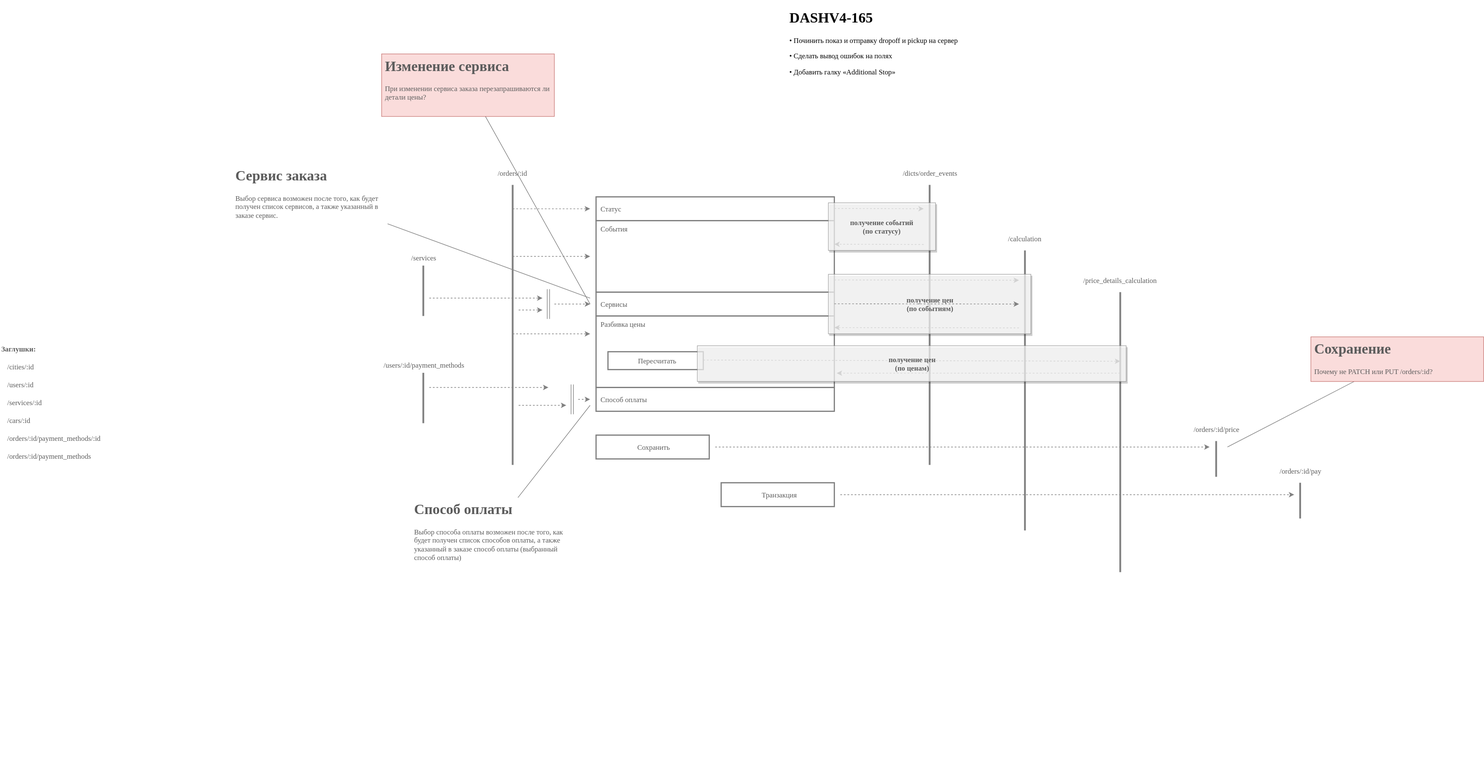
The draw.io diagram calc.svg in ajile/draw-io, before a commit. Source tidied: cells renumbered, new cells last; positions are measured from the earlier drawing's top-left corner, leaving out a move shared by most shapes.
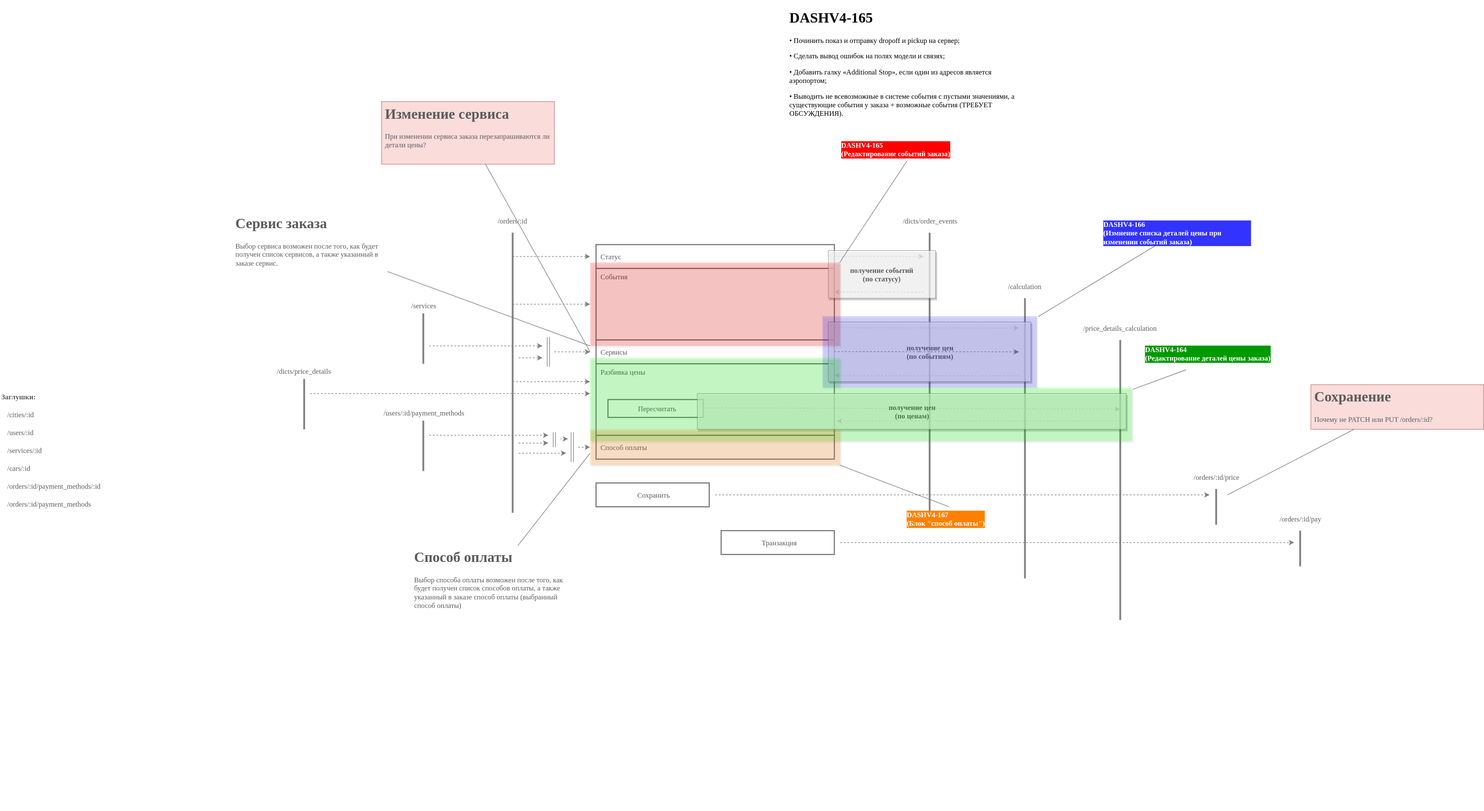
Above is the later version.

Diff of the diagram source:
```diff
@@ -301,8 +301,8 @@
     <mxCell id="71" value="&lt;div&gt;получение цен&lt;/div&gt;&lt;div&gt;(по ценам)&lt;/div&gt;" style="rounded=0;whiteSpace=wrap;html=1;shadow=1;strokeColor=#808080;strokeWidth=1;fillColor=#ffffff;gradientColor=none;fontFamily=Verdana;fontSize=12;fontColor=#5C5C5C;align=center;opacity=70;fontStyle=1;" parent="1" vertex="1">
       <mxGeometry x="1170" y="570" width="720" height="60" as="geometry" />
     </mxCell>
-    <mxCell id="72" value="&lt;h1&gt;DASHV4-165&lt;/h1&gt;&lt;p&gt;• Починить показ и отправку dropoff и pickup на сервер&lt;/p&gt;&lt;p&gt;• Сделать вывод ошибок на полях&lt;/p&gt;&lt;p&gt;• Добавить галку «Additional Stop»&lt;/p&gt;" style="text;html=1;strokeColor=none;fillColor=none;spacing=5;spacingTop=-20;whiteSpace=wrap;overflow=hidden;rounded=0;shadow=1;labelBackgroundColor=none;fontFamily=Verdana;fontColor=#000000;opacity=70;align=left;" parent="1" vertex="1">
-      <mxGeometry x="1320" width="410" height="160" as="geometry" />
+    <mxCell id="72" value="&lt;h1&gt;DASHV4-165&lt;/h1&gt;&lt;p&gt;• Починить показ и отправку dropoff и pickup на сервер;&lt;/p&gt;&lt;p&gt;• Сделать вывод ошибок на полях модели и связях;&lt;/p&gt;• Добавить галку «Additional Stop», если один из адресов является аэропортом;&lt;p&gt;• Выводить не всевозможные в системе события с пустыми значениями, а существующие события у заказа + возможные события (ТРЕБУЕТ ОБСУЖДЕНИЯ).&lt;br&gt;&lt;/p&gt;" style="text;html=1;strokeColor=none;fillColor=none;spacing=5;spacingTop=-20;whiteSpace=wrap;overflow=hidden;rounded=0;shadow=1;labelBackgroundColor=none;fontFamily=Verdana;fontColor=#000000;opacity=70;align=left;" parent="1" vertex="1">
+      <mxGeometry x="1320" y="-80" width="410" height="190" as="geometry" />
     </mxCell>
     <mxCell id="73" style="endArrow=classic;html=1;labelBackgroundColor=none;strokeColor=#808080;strokeWidth=1;fontFamily=Verdana;fontSize=12;fontColor=#5C5C5C;dashed=1;" parent="1" edge="1">
       <mxGeometry relative="1" as="geometry">
@@ -310,5 +310,88 @@
         <mxPoint x="1710" y="500" as="targetPoint" />
       </mxGeometry>
     </mxCell>
+    <mxCell id="74" value="Области" parent="0" />
+    <mxCell id="75" style="edgeStyle=none;rounded=0;html=1;entryX=0.998;entryY=0;entryPerimeter=0;labelBackgroundColor=none;startArrow=none;startFill=0;endArrow=none;endFill=0;jettySize=auto;strokeColor=#808080;strokeWidth=1;fontFamily=Verdana;fontSize=12;fontColor=#FFFFFF;" parent="74" edge="1" source="94" target="77">
+      <mxGeometry relative="1" as="geometry" />
+    </mxCell>
+    <mxCell id="76" style="group;" parent="74" vertex="1">
+      <mxGeometry x="990" y="310" width="600" height="180" as="geometry" />
+    </mxCell>
+    <mxCell id="77" style="rounded=0;whiteSpace=wrap;html=1;shadow=1;fillColor=#FF0000;gradientColor=none;fontFamily=Verdana;fontSize=19;fontColor=#FF0000;opacity=20;align=left;strokeColor=none;" parent="76" vertex="1">
+      <mxGeometry y="40" width="420" height="140" as="geometry" />
+    </mxCell>
+    <mxCell id="78" style="rounded=0;whiteSpace=wrap;html=1;shadow=1;fillColor=#3333FF;gradientColor=none;fontFamily=Verdana;fontSize=19;fontColor=#FF0000;opacity=20;align=left;strokeColor=none;" parent="74" vertex="1">
+      <mxGeometry x="1380" y="440" width="360" height="120" as="geometry" />
+    </mxCell>
+    <mxCell id="79" style="edgeStyle=none;rounded=0;html=1;entryX=1.006;entryY=0.008;entryPerimeter=0;labelBackgroundColor=none;startArrow=none;startFill=0;endArrow=none;endFill=0;jettySize=auto;strokeColor=#808080;strokeWidth=1;fontFamily=Verdana;fontSize=12;fontColor=#3333FF;" parent="74" edge="1" source="95" target="78">
+      <mxGeometry relative="1" as="geometry" />
+    </mxCell>
+    <mxCell id="80" style="group;" parent="74" vertex="1">
+      <mxGeometry x="990" y="510" width="910" height="140" as="geometry" />
+    </mxCell>
+    <mxCell id="81" style="rounded=0;whiteSpace=wrap;html=1;shadow=1;fillColor=#00FF00;gradientColor=none;fontFamily=Verdana;fontSize=19;fontColor=#FF0000;opacity=20;align=left;strokeColor=none;" parent="80" vertex="1">
+      <mxGeometry width="420" height="140" as="geometry" />
+    </mxCell>
+    <mxCell id="82" style="rounded=0;whiteSpace=wrap;html=1;shadow=1;fillColor=#00FF00;gradientColor=none;fontFamily=Verdana;fontSize=19;fontColor=#FF0000;opacity=20;align=left;strokeColor=none;" parent="80" vertex="1">
+      <mxGeometry x="420" y="50" width="490" height="90" as="geometry" />
+    </mxCell>
+    <mxCell id="83" style="edgeStyle=none;rounded=0;html=1;entryX=1.002;entryY=0.033;entryPerimeter=0;labelBackgroundColor=none;startArrow=none;startFill=0;endArrow=none;endFill=0;jettySize=auto;strokeColor=#808080;strokeWidth=1;fontFamily=Verdana;fontSize=12;fontColor=#3333FF;" parent="74" edge="1" source="96" target="82">
+      <mxGeometry relative="1" as="geometry" />
+    </mxCell>
+    <mxCell id="84" style="rounded=0;whiteSpace=wrap;html=1;shadow=1;fillColor=#FF8000;gradientColor=none;fontFamily=Verdana;fontSize=19;fontColor=#FF0000;opacity=20;align=left;strokeColor=none;" parent="74" vertex="1">
+      <mxGeometry x="990" y="630" width="420" height="60" as="geometry" />
+    </mxCell>
+    <mxCell id="85" style="edgeStyle=none;rounded=0;html=1;entryX=0.998;entryY=1;entryPerimeter=0;labelBackgroundColor=none;startArrow=none;startFill=0;endArrow=none;endFill=0;jettySize=auto;strokeColor=#808080;strokeWidth=1;fontFamily=Verdana;fontSize=12;fontColor=#3333FF;" parent="74" edge="1" source="97" target="84">
+      <mxGeometry relative="1" as="geometry" />
+    </mxCell>
+    <mxCell id="86" style="shape=link;html=1;labelBackgroundColor=none;startArrow=none;startFill=0;endArrow=classic;endFill=1;jettySize=auto;orthogonalLoop=1;strokeColor=#808080;strokeWidth=1;fontFamily=Verdana;fontSize=12;fontColor=#5C5C5C;" parent="74" edge="1">
+      <mxGeometry relative="1" as="geometry">
+        <mxPoint x="930" y="660" as="sourcePoint" />
+        <mxPoint x="930" y="635" as="targetPoint" />
+      </mxGeometry>
+    </mxCell>
+    <mxCell id="87" style="endArrow=classic;html=1;labelBackgroundColor=none;strokeColor=#808080;strokeWidth=1;fontFamily=Verdana;fontSize=12;fontColor=#5C5C5C;dashed=1;" parent="74" edge="1">
+      <mxGeometry relative="1" as="geometry">
+        <mxPoint x="870" y="653" as="sourcePoint" />
+        <mxPoint x="920" y="653" as="targetPoint" />
+      </mxGeometry>
+    </mxCell>
+    <mxCell id="88" style="endArrow=classic;html=1;labelBackgroundColor=none;strokeColor=#808080;strokeWidth=1;fontFamily=Verdana;fontSize=12;fontColor=#5C5C5C;dashed=1;" parent="74" edge="1">
+      <mxGeometry relative="1" as="geometry">
+        <mxPoint x="940" y="646" as="sourcePoint" />
+        <mxPoint x="953" y="646" as="targetPoint" />
+      </mxGeometry>
+    </mxCell>
+    <mxCell id="89" style="group;" parent="74" vertex="1">
+      <mxGeometry x="450" y="540" width="120" height="90" as="geometry" />
+    </mxCell>
+    <mxCell id="90" value="&lt;span&gt;/&lt;/span&gt;&lt;span&gt;dicts/price_details&lt;/span&gt;&lt;br&gt;" style="text;html=1;strokeColor=none;fillColor=none;align=center;verticalAlign=middle;whiteSpace=wrap;rounded=0;shadow=0;fontFamily=Verdana;fontSize=12;fontColor=#5C5C5C;" parent="89" vertex="1">
+      <mxGeometry y="-20" width="120" height="24" as="geometry" />
+    </mxCell>
+    <mxCell id="91" style="endArrow=none;html=1;labelBackgroundColor=none;strokeColor=#808080;strokeWidth=3;fontFamily=Verdana;fontSize=12;fontColor=#5C5C5C;" parent="89" edge="1">
+      <mxGeometry relative="1" as="geometry">
+        <mxPoint x="60" y="90" as="sourcePoint" />
+        <mxPoint x="60" y="5.4" as="targetPoint" />
+      </mxGeometry>
+    </mxCell>
+    <mxCell id="92" style="endArrow=classic;html=1;labelBackgroundColor=none;strokeColor=#808080;strokeWidth=1;fontFamily=Verdana;fontSize=12;fontColor=#5C5C5C;dashed=1;" parent="74" edge="1">
+      <mxGeometry relative="1" as="geometry">
+        <mxPoint x="520" y="570" as="sourcePoint" />
+        <mxPoint x="990" y="570" as="targetPoint" />
+      </mxGeometry>
+    </mxCell>
+    <mxCell id="93" value="Задачи" parent="0" />
+    <mxCell id="94" value="DASHV4-165&lt;br style=&quot;font-size: 12px;&quot;&gt;(Редактирование событий заказа)&lt;br style=&quot;font-size: 12px;&quot;&gt;" style="text;html=1;strokeColor=none;fillColor=none;align=left;verticalAlign=middle;whiteSpace=wrap;rounded=0;shadow=1;fontFamily=Verdana;fontColor=#FFFFFF;opacity=70;fontSize=12;fontStyle=1;labelBackgroundColor=#FF0000;spacing=2;" parent="93" vertex="1">
+      <mxGeometry x="1410" y="140" width="250" height="40" as="geometry" />
+    </mxCell>
+    <mxCell id="95" value="&lt;div&gt;DASHV4-166&lt;/div&gt;&lt;div&gt;(Измнение списка деталей цены при изменении событий заказа)&lt;/div&gt;" style="text;html=1;strokeColor=none;fillColor=none;align=left;verticalAlign=middle;whiteSpace=wrap;rounded=0;shadow=1;fontFamily=Verdana;fontColor=#FFFFFF;opacity=70;fontSize=12;fontStyle=1;labelBackgroundColor=#3333FF;spacing=2;" parent="93" vertex="1">
+      <mxGeometry x="1850" y="280" width="250" height="40" as="geometry" />
+    </mxCell>
+    <mxCell id="96" value="&lt;div&gt;DASHV4-164&lt;/div&gt;&lt;div&gt;(Редактирование деталей цены заказа)&lt;/div&gt;" style="text;html=1;strokeColor=none;fillColor=none;align=left;verticalAlign=middle;whiteSpace=wrap;rounded=0;shadow=1;fontFamily=Verdana;fontColor=#FFFFFF;opacity=70;fontSize=12;fontStyle=1;labelBackgroundColor=#009900;spacing=2;" parent="93" vertex="1">
+      <mxGeometry x="1920" y="490" width="250" height="40" as="geometry" />
+    </mxCell>
+    <mxCell id="97" value="&lt;div&gt;DASHV4-167&lt;/div&gt;&lt;div&gt;(Блок &quot;способ оплаты&quot;)&lt;/div&gt;" style="text;html=1;strokeColor=none;fillColor=none;align=left;verticalAlign=middle;whiteSpace=wrap;rounded=0;shadow=1;fontFamily=Verdana;fontColor=#FFFFFF;opacity=70;fontSize=12;fontStyle=1;labelBackgroundColor=#FF8000;spacing=2;" parent="93" vertex="1">
+      <mxGeometry x="1520" y="760" width="250" height="40" as="geometry" />
+    </mxCell>
   </root>
 </mxGraphModel>
```
